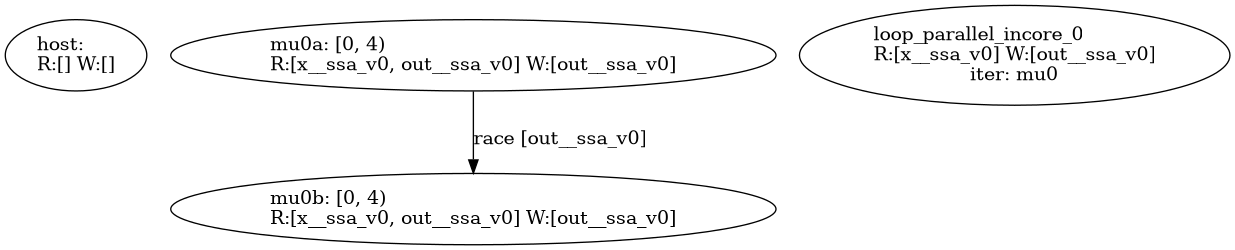
Servyi-Agent/pypto-symir keeps this Graphviz diagram as out/parallel_task_post.png. Above is the earlier version. Its source is kept beside it as out/parallel_task_post.dot.
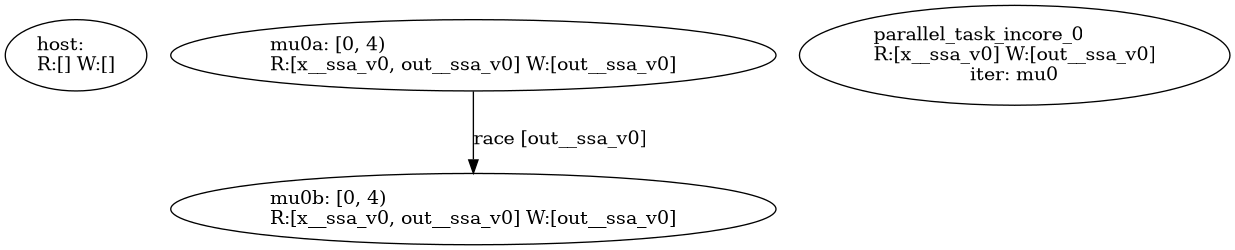
Above is the later version.

What changed in the source:
```diff
@@ -2,6 +2,6 @@
     0 [ label = "host:\lR:[] W:[]" ]
     1 [ label = "mu0a: [0, 4)\lR:[x__ssa_v0, out__ssa_v0] W:[out__ssa_v0]" ]
     2 [ label = "mu0b: [0, 4)\lR:[x__ssa_v0, out__ssa_v0] W:[out__ssa_v0]" ]
-    3 [ label = "loop_parallel_incore_0\lR:[x__ssa_v0] W:[out__ssa_v0]\liter: mu0" ]
+    3 [ label = "parallel_task_incore_0\lR:[x__ssa_v0] W:[out__ssa_v0]\liter: mu0" ]
     1 -> 2 [ label = "race [out__ssa_v0]" ]
 }
```
